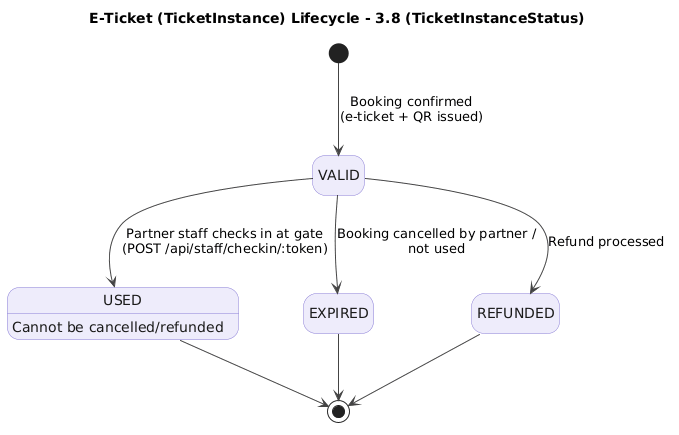
This is docs/diagrams/state_diagrams/sd_38_ticket_instance.png from SUMMER2026SE/swp391-rbl-project-team_5, a PlantUML export, as it was before one commit. The source it was exported from:
```plantuml
@startuml
title E-Ticket (TicketInstance) Lifecycle - 3.8 (TicketInstanceStatus)
skinparam shadowing false
skinparam defaultFontName Arial
skinparam state {
  BackgroundColor #EEECFB
  BorderColor #8B7FD6
  FontColor #1A1A1A
  ArrowColor #444444
}
hide empty description

[*] --> VALID : Booking confirmed\n(e-ticket + QR issued)
VALID --> USED : Partner staff checks in at gate\n(POST /api/staff/checkin/:token)
VALID --> EXPIRED : Booking cancelled by partner /\nnot used
VALID --> REFUNDED : Refund processed
USED --> [*]
EXPIRED --> [*]
REFUNDED --> [*]

USED : Cannot be cancelled/refunded
@enduml
```
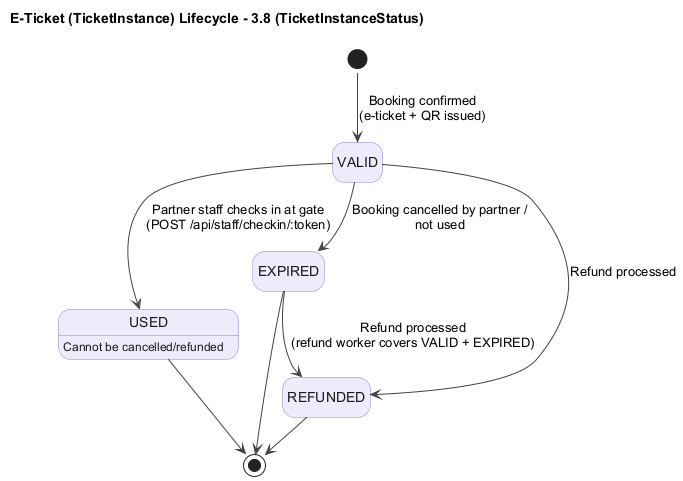
The same diagram one commit later.

Diff of the diagram source:
```diff
@@ -1,4 +1,5 @@
 @startuml
+!pragma layout smetana
 title E-Ticket (TicketInstance) Lifecycle - 3.8 (TicketInstanceStatus)
 skinparam shadowing false
 skinparam defaultFontName Arial
@@ -14,6 +15,7 @@
 VALID --> USED : Partner staff checks in at gate\n(POST /api/staff/checkin/:token)
 VALID --> EXPIRED : Booking cancelled by partner /\nnot used
 VALID --> REFUNDED : Refund processed
+EXPIRED --> REFUNDED : Refund processed\n(refund worker covers VALID + EXPIRED)
 USED --> [*]
 EXPIRED --> [*]
 REFUNDED --> [*]
```
